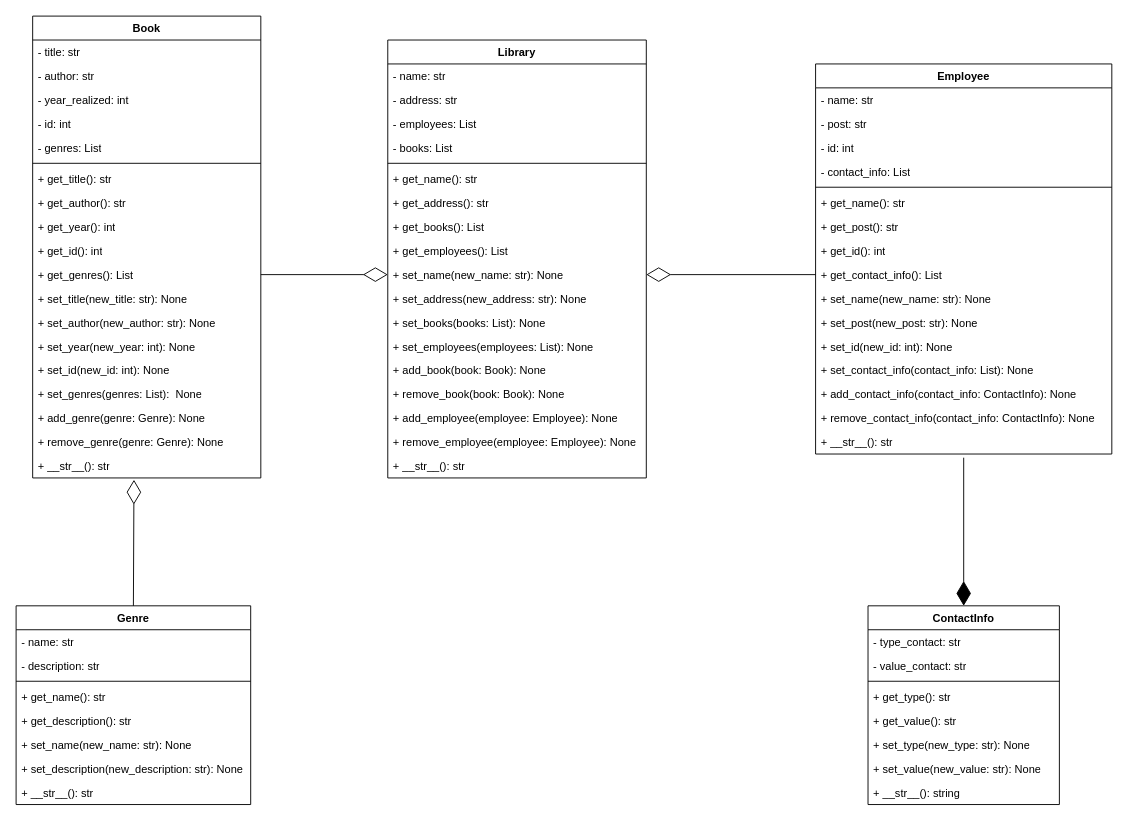
Earlier version of the draw.io diagram hw_4/Task 4.2/hw_4.2.drawio (nanashi0109/OOP_Learning). Source tidied: cells renumbered, new cells numbered last; positions are measured from the earlier drawing's top-left corner, leaving out a move shared by most shapes. Both pictures are drawn from the tidied source at 92%, with x=0, y=0 at pixel (16, 16).
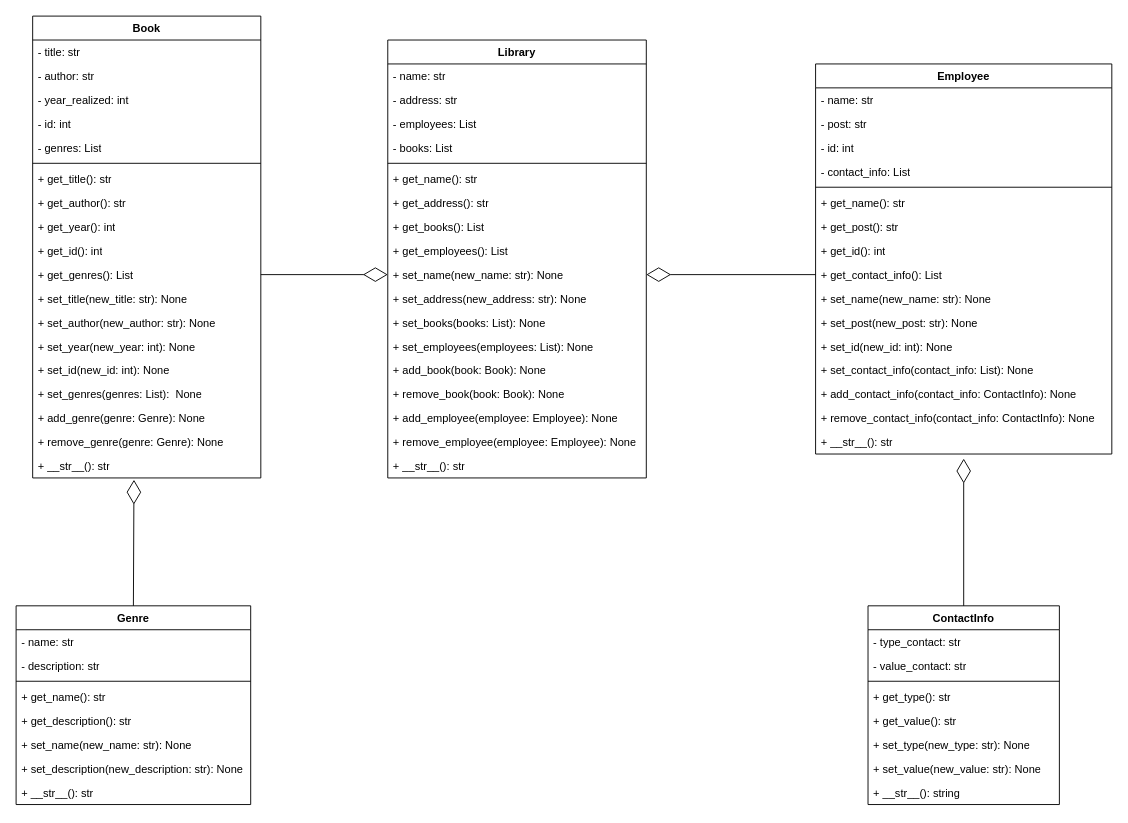
After the change.

The change refers to these unchanged cells:
```xml
<mxCell id="57" value="+ __str__(): str" style="text;strokeColor=none;fillColor=none;align=left;verticalAlign=top;spacingLeft=4;spacingRight=4;overflow=hidden;points=[[0,0.5],[1,0.5]];portConstraint=eastwest;whiteSpace=wrap;html=1;" parent="41" vertex="1">
  <mxGeometry y="398" width="322" height="26" as="geometry" />
</mxCell>
<mxCell id="67" value="ContactInfo" style="swimlane;fontStyle=1;align=center;verticalAlign=top;horizontal=1;startSize=26;whiteSpace=wrap;html=1;" parent="1" vertex="1">
  <mxGeometry x="926" y="641" width="208" height="216" as="geometry" />
</mxCell>
```

The edit, as a diff of the source:
```diff
@@
-    <mxCell id="79" style="endArrow=diamondThin;endFill=1;endSize=24;html=1;rounded=0;entryX=0.5;entryY=0;entryDx=0;entryDy=0;exitX=0.5;exitY=1.154;exitDx=0;exitDy=0;exitPerimeter=0;" parent="1" edge="1" source="57" target="67">
-      <mxGeometry relative="1" as="geometry" />
-    </mxCell>
+    <mxCell id="80" style="endArrow=diamondThin;endFill=0;endSize=24;html=1;rounded=0;exitX=0.5;exitY=0;exitDx=0;exitDy=0;" parent="1" edge="1" source="67">
+      <mxGeometry relative="1" as="geometry">
+        <mxPoint x="1030" y="481" as="targetPoint" />
+      </mxGeometry>
+    </mxCell>
```
